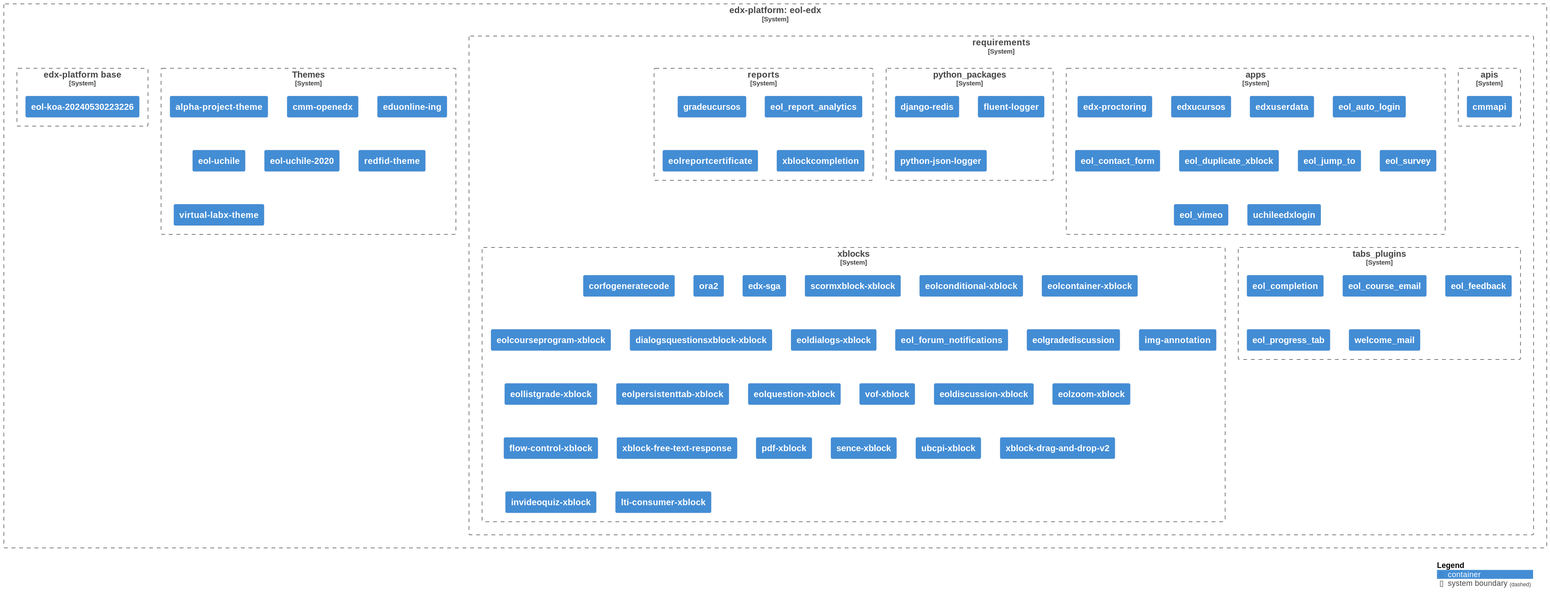
The PlantUML diagram diagrams/diagram.svg in eol-uchile/eol-edx, before a commit.
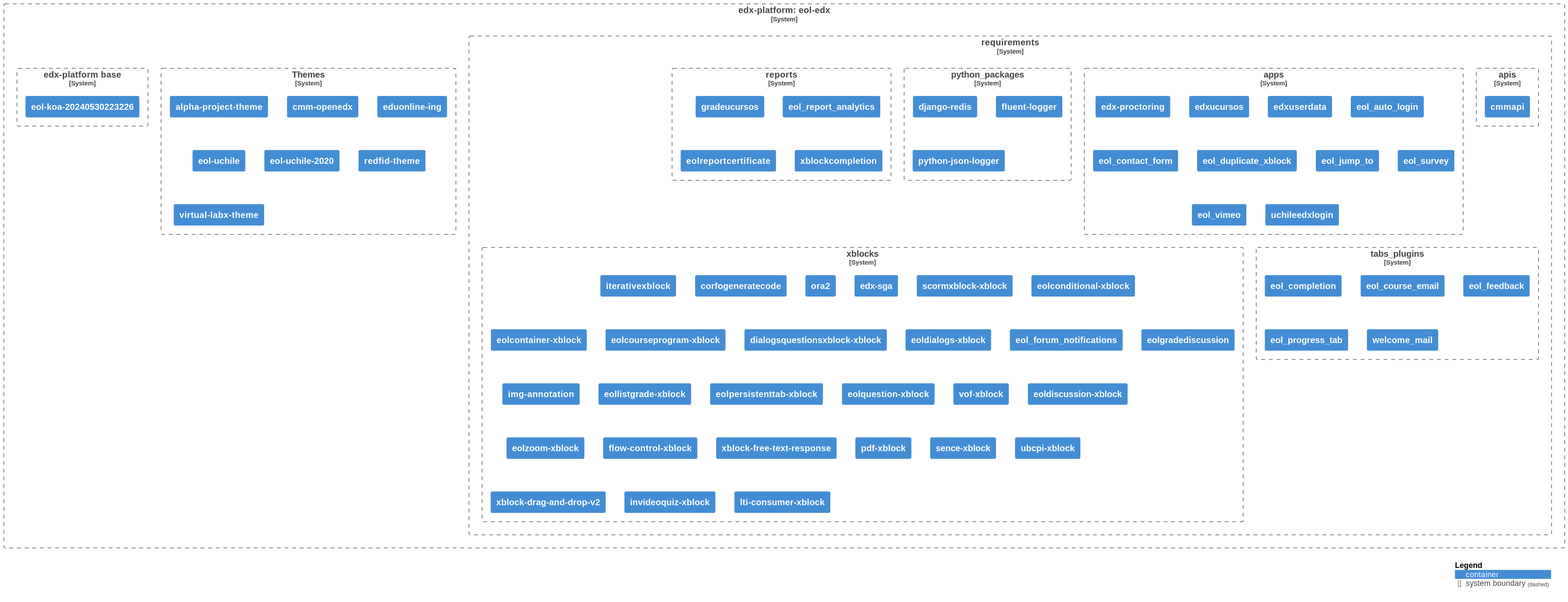
The same diagram one commit later.

Commit message:
Auto-generate UML diagram

Change to the diagram source:
```diff
@@ -75,57 +75,59 @@
 
             System_Boundary(xblocks, "xblocks", $link="https://github.com/eol-uchile/eol-edx/blob/eol-release/koa/requirements/xblocks.txt") {
 
-                Container(xblocks1, "corfogeneratecode", $link="https://github.com/eol-uchile/corfo_generate_code")
+                Container(xblocks1, "iterativexblock", $link="https://github.com/cmmedu/iterative-xblock")
 
-                Container(xblocks2, "ora2", $link="https://github.com/eol-uchile/edx-ora2")
+                Container(xblocks2, "corfogeneratecode", $link="https://github.com/eol-uchile/corfo_generate_code")
 
-                Container(xblocks3, "edx-sga", $link="https://github.com/eol-uchile/edx-sga")
+                Container(xblocks3, "ora2", $link="https://github.com/eol-uchile/edx-ora2")
 
-                Container(xblocks4, "scormxblock-xblock", $link="https://github.com/eol-uchile/edx_xblock_scorm")
+                Container(xblocks4, "edx-sga", $link="https://github.com/eol-uchile/edx-sga")
 
-                Container(xblocks5, "eolconditional-xblock", $link="https://github.com/eol-uchile/eol-conditional-xblock")
+                Container(xblocks5, "scormxblock-xblock", $link="https://github.com/eol-uchile/edx_xblock_scorm")
 
-                Container(xblocks6, "eolcontainer-xblock", $link="https://github.com/eol-uchile/eol-container-xblock")
+                Container(xblocks6, "eolconditional-xblock", $link="https://github.com/eol-uchile/eol-conditional-xblock")
 
-                Container(xblocks7, "eolcourseprogram-xblock", $link="https://github.com/eol-uchile/eol-course-program-xblock")
+                Container(xblocks7, "eolcontainer-xblock", $link="https://github.com/eol-uchile/eol-container-xblock")
 
-                Container(xblocks8, "dialogsquestionsxblock-xblock", $link="https://github.com/eol-uchile/eol-dialogs-question-xblock")
+                Container(xblocks8, "eolcourseprogram-xblock", $link="https://github.com/eol-uchile/eol-course-program-xblock")
 
-                Container(xblocks9, "eoldialogs-xblock", $link="https://github.com/eol-uchile/eol-dialogs-xblock")
+                Container(xblocks9, "dialogsquestionsxblock-xblock", $link="https://github.com/eol-uchile/eol-dialogs-question-xblock")
 
-                Container(xblocks10, "eol_forum_notifications", $link="https://github.com/eol-uchile/eol_forum_notifications")
+                Container(xblocks10, "eoldialogs-xblock", $link="https://github.com/eol-uchile/eol-dialogs-xblock")
 
-                Container(xblocks11, "eolgradediscussion", $link="https://github.com/eol-uchile/eol_gradeforum_xblock")
+                Container(xblocks11, "eol_forum_notifications", $link="https://github.com/eol-uchile/eol_forum_notifications")
 
-                Container(xblocks12, "img-annotation", $link="https://github.com/eol-uchile/eol_img_annotation")
+                Container(xblocks12, "eolgradediscussion", $link="https://github.com/eol-uchile/eol_gradeforum_xblock")
 
-                Container(xblocks13, "eollistgrade-xblock", $link="https://github.com/eol-uchile/eol_list_grade")
+                Container(xblocks13, "img-annotation", $link="https://github.com/eol-uchile/eol_img_annotation")
 
-                Container(xblocks14, "eolpersistenttab-xblock", $link="https://github.com/eol-uchile/eol-persistent-tab-xblock")
+                Container(xblocks14, "eollistgrade-xblock", $link="https://github.com/eol-uchile/eol_list_grade")
 
-                Container(xblocks15, "eolquestion-xblock", $link="https://github.com/eol-uchile/eol-question-xblock")
+                Container(xblocks15, "eolpersistenttab-xblock", $link="https://github.com/eol-uchile/eol-persistent-tab-xblock")
 
-                Container(xblocks16, "vof-xblock", $link="https://github.com/eol-uchile/eol-vof-xblock")
+                Container(xblocks16, "eolquestion-xblock", $link="https://github.com/eol-uchile/eol-question-xblock")
 
-                Container(xblocks17, "eoldiscussion-xblock", $link="https://github.com/eol-uchile/eol_xblock_discussion")
+                Container(xblocks17, "vof-xblock", $link="https://github.com/eol-uchile/eol-vof-xblock")
 
-                Container(xblocks18, "eolzoom-xblock", $link="https://github.com/eol-uchile/eol-zoom-xblock")
+                Container(xblocks18, "eoldiscussion-xblock", $link="https://github.com/eol-uchile/eol_xblock_discussion")
 
-                Container(xblocks19, "flow-control-xblock", $link="https://github.com/eol-uchile/flow-control-xblock")
+                Container(xblocks19, "eolzoom-xblock", $link="https://github.com/eol-uchile/eol-zoom-xblock")
 
-                Container(xblocks20, "xblock-free-text-response", $link="https://github.com/eol-uchile/free-text-response")
+                Container(xblocks20, "flow-control-xblock", $link="https://github.com/eol-uchile/flow-control-xblock")
 
-                Container(xblocks21, "pdf-xblock", $link="https://github.com/eol-uchile/pdfXBlock")
+                Container(xblocks21, "xblock-free-text-response", $link="https://github.com/eol-uchile/free-text-response")
 
-                Container(xblocks22, "sence-xblock", $link="https://github.com/eol-uchile/sence-xblock")
+                Container(xblocks22, "pdf-xblock", $link="https://github.com/eol-uchile/pdfXBlock")
 
-                Container(xblocks23, "ubcpi-xblock", $link="https://github.com/eol-uchile/ubcpi")
+                Container(xblocks23, "sence-xblock", $link="https://github.com/eol-uchile/sence-xblock")
 
-                Container(xblocks24, "xblock-drag-and-drop-v2", $link="https://github.com/eol-uchile/xblock-drag-and-drop-v2")
+                Container(xblocks24, "ubcpi-xblock", $link="https://github.com/eol-uchile/ubcpi")
 
-                Container(xblocks25, "invideoquiz-xblock", $link="https://github.com/eol-uchile/xblock-in-video-quiz")
+                Container(xblocks25, "xblock-drag-and-drop-v2", $link="https://github.com/eol-uchile/xblock-drag-and-drop-v2")
 
-                Container(xblocks26, "lti-consumer-xblock", $link="https://github.com/eol-uchile/xblock-lti-consumer")
+                Container(xblocks26, "invideoquiz-xblock", $link="https://github.com/eol-uchile/xblock-in-video-quiz")
+
+                Container(xblocks27, "lti-consumer-xblock", $link="https://github.com/eol-uchile/xblock-lti-consumer")
 
             }
 
```
